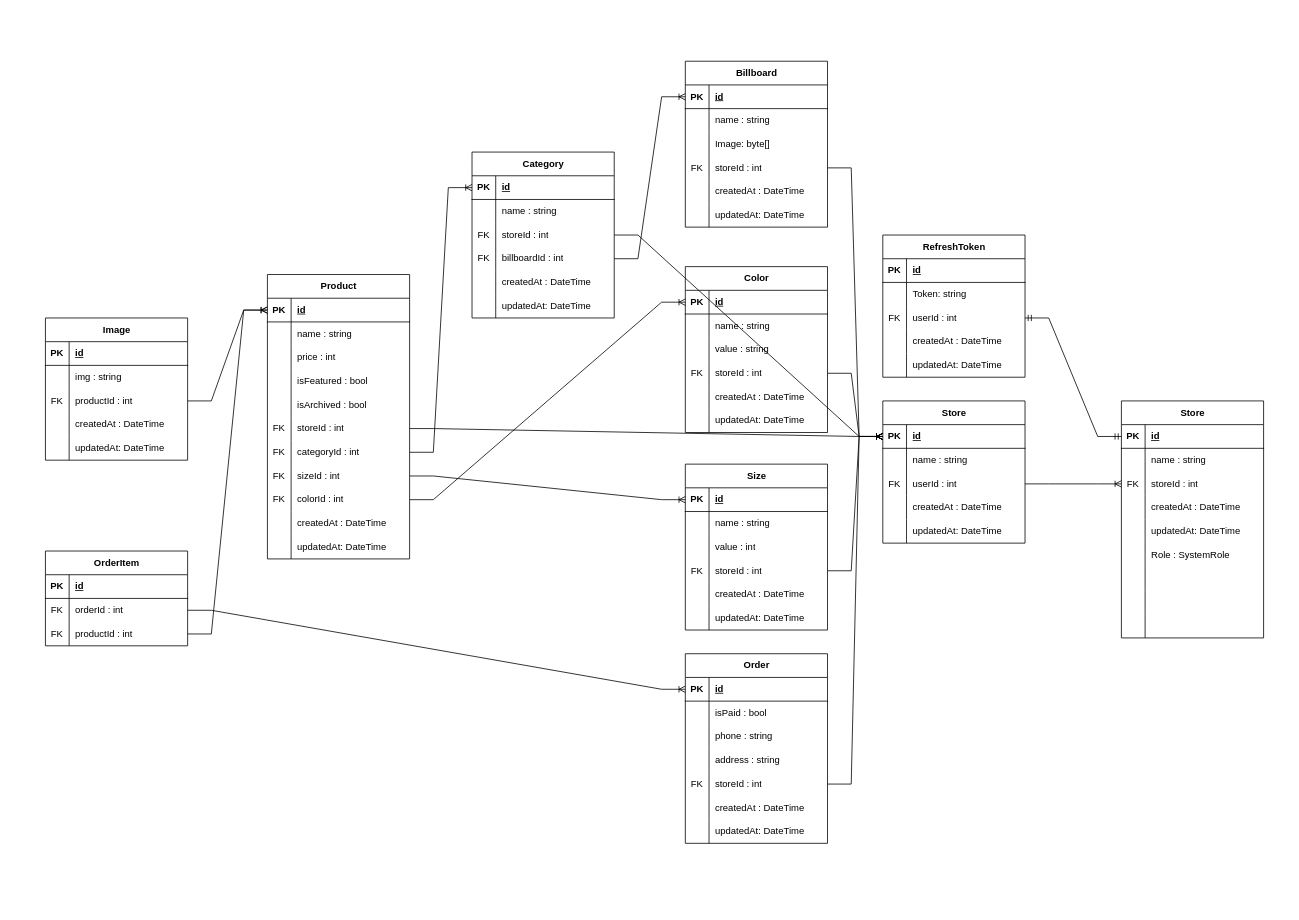
The draw.io diagram Entities.drawio in zkyim/portfolio, before the edit. Source tidied: cells renumbered, new cells numbered last; positions are measured from the earlier drawing's top-left corner, leaving out a move shared by most shapes. Both pictures are drawn from the tidied source at 79%, with x=0, y=0 at pixel (13, 13).
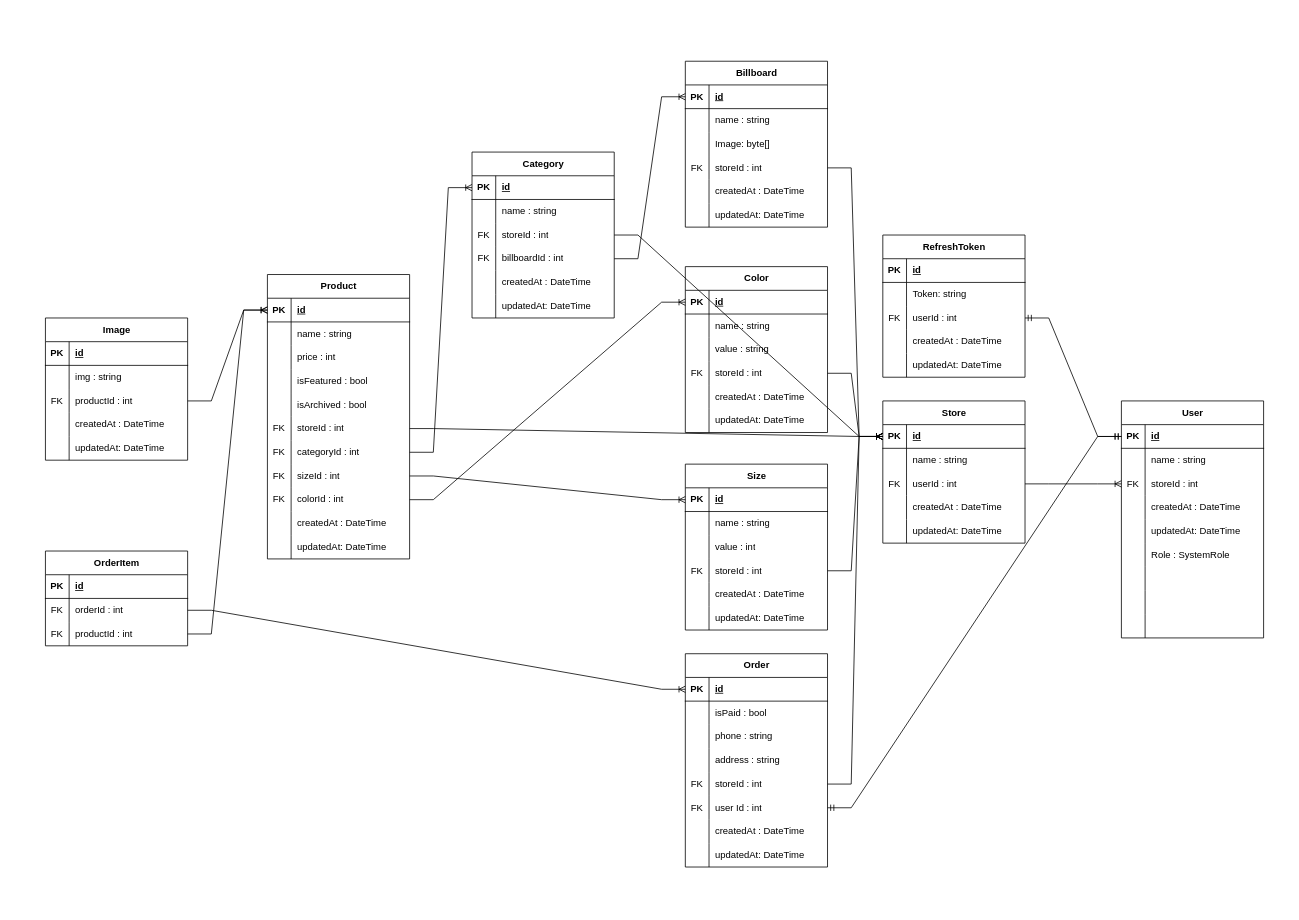
The same diagram, later.

The change refers to these unchanged cells:
```xml
<mxCell id="161" style="shape=tableRow;horizontal=0;startSize=0;swimlaneHead=0;swimlaneBody=0;fillColor=none;points=[[0,0.5],[1,0.5]];portConstraint=eastwest;top=0;left=0;right=0;bottom=0;" parent="145" vertex="1">
  <mxGeometry y="180" width="180" height="30" as="geometry" />
</mxCell>
<mxCell id="164" style="shape=tableRow;horizontal=0;startSize=0;swimlaneHead=0;swimlaneBody=0;fillColor=none;top=0;left=0;right=0;bottom=0;" parent="145" vertex="1">
  <mxGeometry y="210" width="180" height="30" as="geometry" />
</mxCell>
<mxCell id="191" style="shape=tableRow;horizontal=0;startSize=0;swimlaneHead=0;swimlaneBody=0;fillColor=none;points=[[0,0.5],[1,0.5]];portConstraint=eastwest;top=0;left=0;right=0;bottom=1;" parent="190" vertex="1">
  <mxGeometry y="30" width="180" height="30" as="geometry" />
</mxCell>
```

The edit, as a diff of the source:
```diff
@@
     <mxCell id="145" value="Order" style="shape=table;startSize=30;childLayout=tableLayout;rowLines=0;fontStyle=1;align=center;html=1;" parent="1" vertex="1">
-      <mxGeometry x="850" y="810" width="180" height="240" as="geometry" />
+      <mxGeometry x="850" y="810" width="180" height="270" as="geometry" />
     </mxCell>
@@
-    <mxCell id="162" style="shape=partialRectangle;fillColor=none;top=0;left=0;bottom=0;right=0;overflow=hidden;whiteSpace=wrap;html=1;" parent="161" vertex="1">
+    <mxCell id="162" value="FK" style="shape=partialRectangle;fillColor=none;top=0;left=0;bottom=0;right=0;overflow=hidden;whiteSpace=wrap;html=1;" parent="161" vertex="1">
       <mxGeometry width="30" height="30" as="geometry" />
     </mxCell>
-    <mxCell id="163" value="createdAt : DateTime" style="shape=partialRectangle;fillColor=none;top=0;left=0;bottom=0;right=0;align=left;spacingLeft=6;overflow=hidden;whiteSpace=wrap;html=1;" parent="161" vertex="1">
+    <mxCell id="163" value="user Id : int" style="shape=partialRectangle;fillColor=none;top=0;left=0;bottom=0;right=0;align=left;spacingLeft=6;overflow=hidden;whiteSpace=wrap;html=1;" parent="161" vertex="1">
       <mxGeometry x="30" width="150" height="30" as="geometry" />
     </mxCell>
@@
-    <mxCell id="166" value="updatedAt: DateTime" style="shape=partialRectangle;fillColor=none;top=0;left=0;bottom=0;right=0;align=left;spacingLeft=6;overflow=hidden;whiteSpace=wrap;html=1;" parent="164" vertex="1">
+    <mxCell id="166" value="createdAt : DateTime" style="shape=partialRectangle;fillColor=none;top=0;left=0;bottom=0;right=0;align=left;spacingLeft=6;overflow=hidden;whiteSpace=wrap;html=1;" parent="164" vertex="1">
       <mxGeometry x="30" width="150" height="30" as="geometry" />
     </mxCell>
+    <mxCell id="236" style="shape=tableRow;horizontal=0;startSize=0;swimlaneHead=0;swimlaneBody=0;fillColor=none;top=0;left=0;right=0;bottom=0;" parent="145" vertex="1">
+      <mxGeometry y="240" width="180" height="30" as="geometry" />
+    </mxCell>
+    <mxCell id="237" style="shape=partialRectangle;fillColor=none;top=0;left=0;bottom=0;right=0;overflow=hidden;whiteSpace=wrap;html=1;" parent="236" vertex="1">
+      <mxGeometry width="30" height="30" as="geometry" />
+    </mxCell>
+    <mxCell id="238" value="updatedAt: DateTime" style="shape=partialRectangle;fillColor=none;top=0;left=0;bottom=0;right=0;align=left;spacingLeft=6;overflow=hidden;whiteSpace=wrap;html=1;" parent="236" vertex="1">
+      <mxGeometry x="30" width="150" height="30" as="geometry" />
+    </mxCell>
@@
-    <mxCell id="190" value="Store" style="shape=table;startSize=30;childLayout=tableLayout;rowLines=0;fontStyle=1;align=center;html=1;" parent="1" vertex="1">
+    <mxCell id="190" value="User" style="shape=table;startSize=30;childLayout=tableLayout;rowLines=0;fontStyle=1;align=center;html=1;" parent="1" vertex="1">
       <mxGeometry x="1402" y="490" width="180" height="300" as="geometry" />
     </mxCell>
@@
+    <mxCell id="239" style="edgeStyle=entityRelationEdgeStyle;fontSize=12;html=1;endArrow=ERmandOne;startArrow=ERmandOne;rounded=0;entryX=0;entryY=0.5;entryDx=0;entryDy=0;exitX=1;exitY=0.5;exitDx=0;exitDy=0;" parent="1" edge="1" source="161" target="191">
+      <mxGeometry relative="1" as="geometry" />
+    </mxCell>
```
